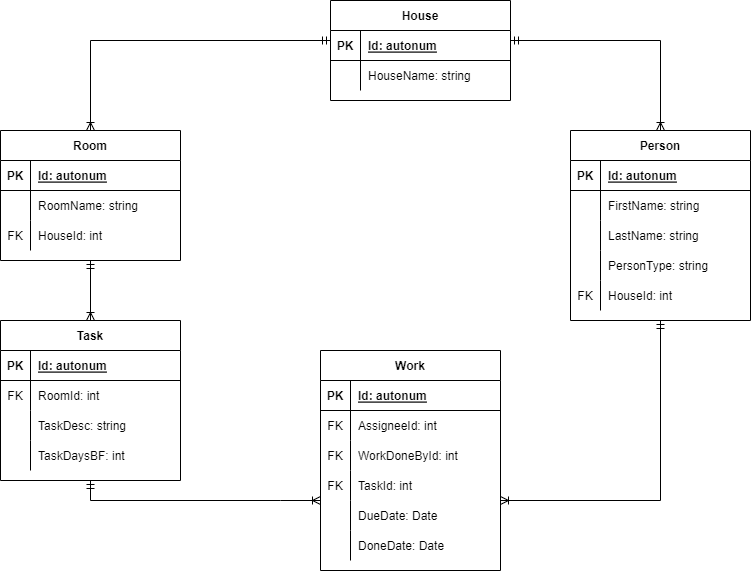
Earlier version of the draw.io export DB Design/HouseRosterDB.png (johannsbbd/house-roster-db). Source tidied: cells renumbered, new cells last; positions are measured from the earlier drawing's top-left corner, leaving out a move shared by most shapes.
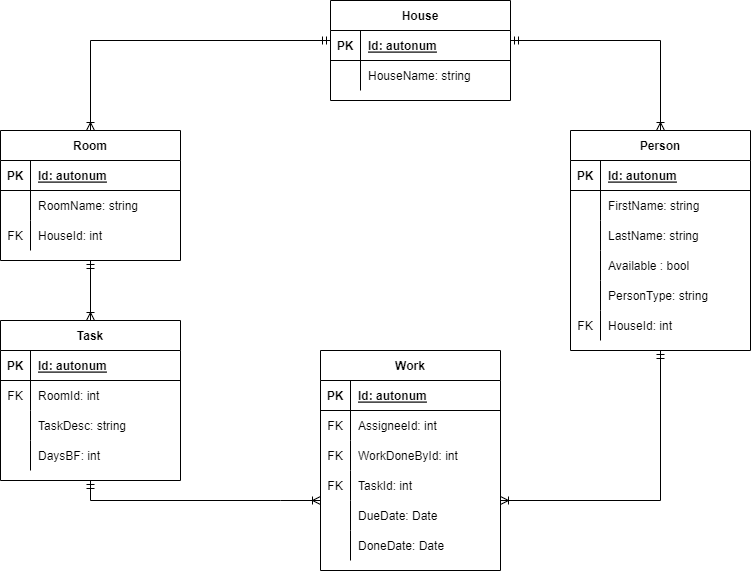
Above is the later version.

The edit, as a diff of the source:
```diff
@@ -3,7 +3,7 @@
     <mxCell id="0" />
     <mxCell id="1" parent="0" />
     <mxCell id="2" value="Person" style="shape=table;startSize=30;rowLines=0;fontStyle=1;align=center;" parent="1" vertex="1">
-      <mxGeometry x="570" y="130" width="180" height="190" as="geometry" />
+      <mxGeometry x="570" y="130" width="180" height="220" as="geometry" />
     </mxCell>
     <mxCell id="3" style="shape=tableRow;horizontal=0;startSize=0;swimlaneHead=0;swimlaneBody=0;fillColor=none;top=0;left=0;right=0;bottom=1;" parent="2" vertex="1">
       <mxGeometry y="30" width="180" height="30" as="geometry" />
@@ -32,8 +32,17 @@
     <mxCell id="11" value="LastName: string" style="shape=partialRectangle;fillColor=none;top=0;left=0;bottom=0;right=0;align=left;spacingLeft=6;overflow=hidden;" parent="9" vertex="1">
       <mxGeometry x="30" width="150" height="30" as="geometry" />
     </mxCell>
+    <mxCell id="72" style="shape=tableRow;horizontal=0;startSize=0;swimlaneHead=0;swimlaneBody=0;fillColor=none;top=0;left=0;right=0;bottom=0;" parent="2" vertex="1">
+      <mxGeometry y="120" width="180" height="30" as="geometry" />
+    </mxCell>
+    <mxCell id="73" style="shape=partialRectangle;fillColor=none;top=0;left=0;bottom=0;right=0;overflow=hidden;" parent="72" vertex="1">
+      <mxGeometry width="30" height="30" as="geometry" />
+    </mxCell>
+    <mxCell id="74" value="Available : bool" style="shape=partialRectangle;fillColor=none;top=0;left=0;bottom=0;right=0;align=left;spacingLeft=6;overflow=hidden;" parent="72" vertex="1">
+      <mxGeometry x="30" width="150" height="30" as="geometry" />
+    </mxCell>
     <mxCell id="12" style="shape=tableRow;horizontal=0;startSize=0;swimlaneHead=0;swimlaneBody=0;fillColor=none;top=0;left=0;right=0;bottom=0;" parent="2" vertex="1">
-      <mxGeometry y="120" width="180" height="30" as="geometry" />
+      <mxGeometry y="150" width="180" height="30" as="geometry" />
     </mxCell>
     <mxCell id="13" style="shape=partialRectangle;fillColor=none;top=0;left=0;bottom=0;right=0;overflow=hidden;" parent="12" vertex="1">
       <mxGeometry width="30" height="30" as="geometry" />
@@ -42,7 +51,7 @@
       <mxGeometry x="30" width="150" height="30" as="geometry" />
     </mxCell>
     <mxCell id="15" style="shape=tableRow;horizontal=0;startSize=0;swimlaneHead=0;swimlaneBody=0;fillColor=none;top=0;left=0;right=0;bottom=0;" parent="2" vertex="1">
-      <mxGeometry y="150" width="180" height="30" as="geometry" />
+      <mxGeometry y="180" width="180" height="30" as="geometry" />
     </mxCell>
     <mxCell id="16" value="FK" style="shape=partialRectangle;fillColor=none;top=0;left=0;bottom=0;right=0;overflow=hidden;" parent="15" vertex="1">
       <mxGeometry width="30" height="30" as="geometry" />
@@ -124,7 +133,7 @@
     <mxCell id="40" style="shape=partialRectangle;fillColor=none;top=0;left=0;bottom=0;right=0;overflow=hidden;" parent="39" vertex="1">
       <mxGeometry width="30" height="30" as="geometry" />
     </mxCell>
-    <mxCell id="41" value="TaskDaysBF: int" style="shape=partialRectangle;fillColor=none;top=0;left=0;bottom=0;right=0;align=left;spacingLeft=6;overflow=hidden;" parent="39" vertex="1">
+    <mxCell id="41" value="DaysBF: int" style="shape=partialRectangle;fillColor=none;top=0;left=0;bottom=0;right=0;align=left;spacingLeft=6;overflow=hidden;" parent="39" vertex="1">
       <mxGeometry x="30" width="150" height="30" as="geometry" />
     </mxCell>
     <mxCell id="42" value="Work" style="shape=table;startSize=30;rowLines=0;fontStyle=1;align=center;" parent="1" vertex="1">
```
